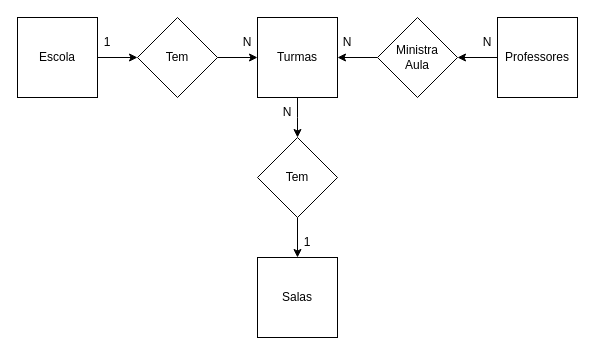
The draw.io diagram Escola.drawio in Dandiels/Diagramas-de-Banco-de-Dados, before the edit. Source tidied: cells renumbered, new cells numbered last; positions are measured from the earlier drawing's top-left corner, leaving out a move shared by most shapes. Both pictures are drawn from the tidied source at 100%, with x=0, y=0 at pixel (17, 17).
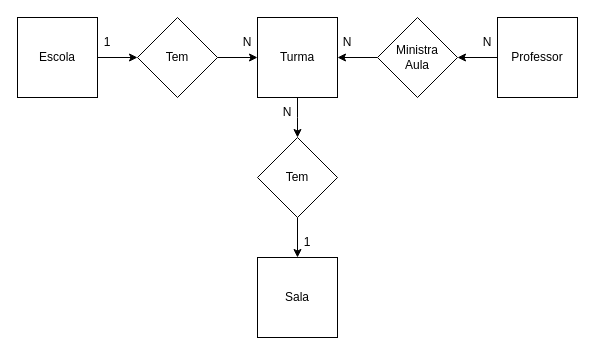
After the change.

The edit, as a diff of the source:
```diff
@@
-    <mxCell id="7" value="Turmas" style="whiteSpace=wrap;html=1;" parent="1" vertex="1">
+    <mxCell id="7" value="Turma" style="whiteSpace=wrap;html=1;" parent="1" vertex="1">
       <mxGeometry x="240" width="80" height="80" as="geometry" />
     </mxCell>
@@
-    <mxCell id="12" value="Salas" style="whiteSpace=wrap;html=1;" parent="1" vertex="1">
+    <mxCell id="12" value="Sala" style="whiteSpace=wrap;html=1;" parent="1" vertex="1">
       <mxGeometry x="240" y="240" width="80" height="80" as="geometry" />
     </mxCell>
@@
-    <mxCell id="18" value="Professores" style="whiteSpace=wrap;html=1;" parent="1" vertex="1">
+    <mxCell id="18" value="Professor" style="whiteSpace=wrap;html=1;" parent="1" vertex="1">
       <mxGeometry x="480" width="80" height="80" as="geometry" />
     </mxCell>
```
